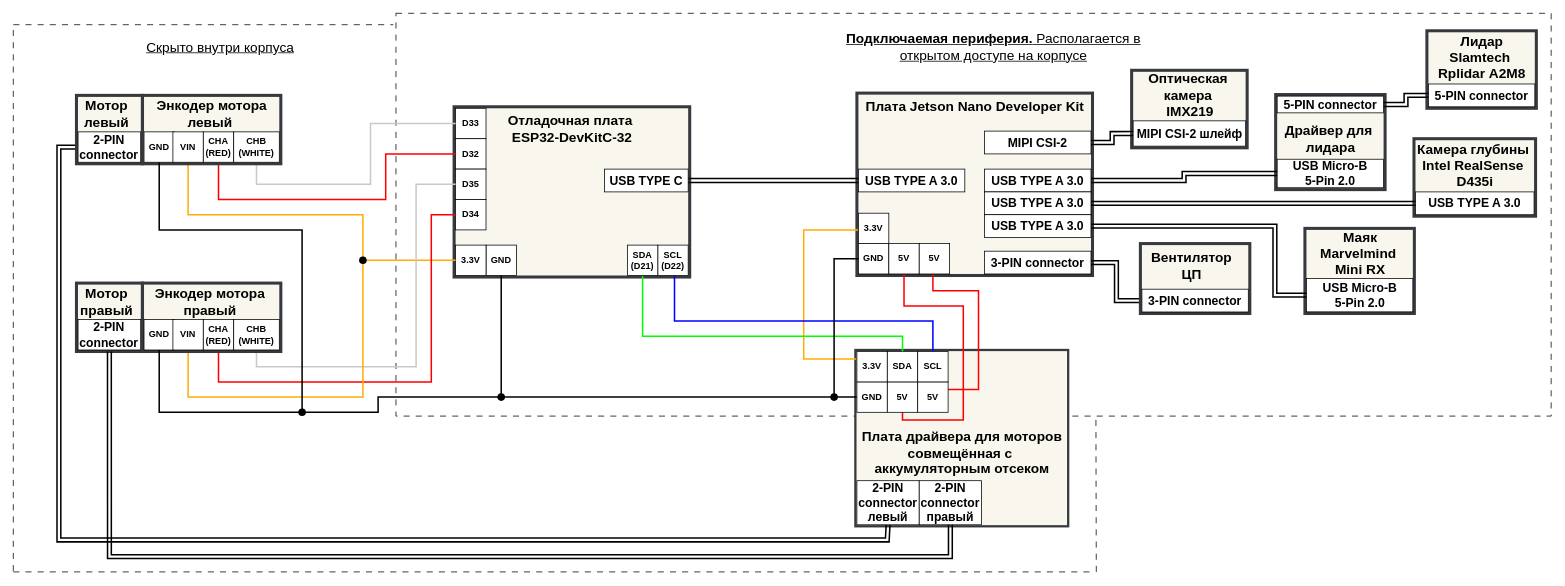
traptron/ZERO-Jetbot keeps this draw.io diagram as docs/Схемы/Монтажная_схема_jetbot_mirea.drawio. Above is the earlier version. Source tidied: cells renumbered, new cells numbered last; positions are measured from the earlier drawing's top-left corner, leaving out a move shared by most shapes. Both pictures are drawn from the tidied source at 76%, with x=0, y=0 at pixel (13, 13).
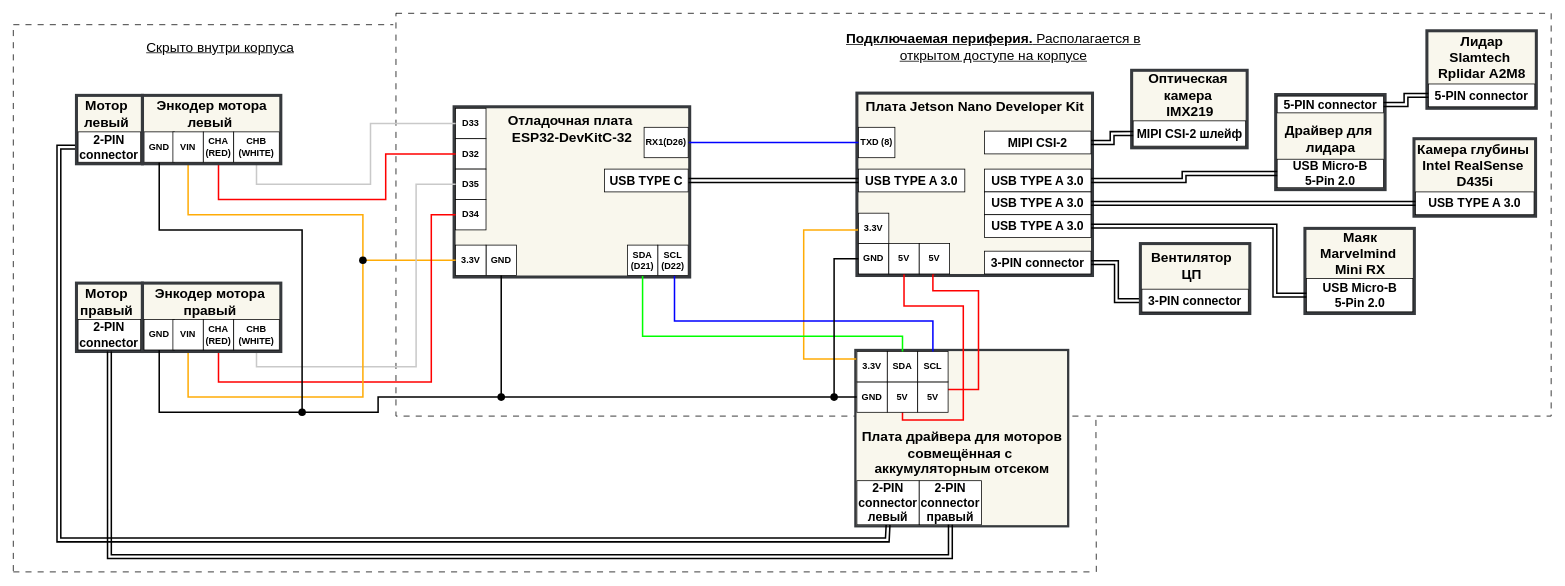
Above is the later version.

Diff of the diagram source:
```diff
@@
+    <mxCell id="122" value="&lt;b&gt;TXD (8)&lt;/b&gt;" style="rounded=0;whiteSpace=wrap;html=1;" parent="1" vertex="1">
+      <mxGeometry x="1112" y="150" width="48" height="40" as="geometry" />
+    </mxCell>
+    <mxCell id="123" style="edgeStyle=orthogonalEdgeStyle;rounded=0;jettySize=auto;html=1;entryX=0;entryY=0.5;entryDx=0;entryDy=0;endArrow=none;startFill=0;strokeWidth=2;strokeColor=#0000FF;" parent="1" edge="1" source="124" target="122">
+      <mxGeometry relative="1" as="geometry" />
+    </mxCell>
+    <mxCell id="124" value="&lt;b&gt;RX1(D26)&lt;/b&gt;" style="rounded=0;whiteSpace=wrap;html=1;" parent="1" vertex="1">
+      <mxGeometry x="830" y="150" width="58" height="40" as="geometry" />
+    </mxCell>
```
